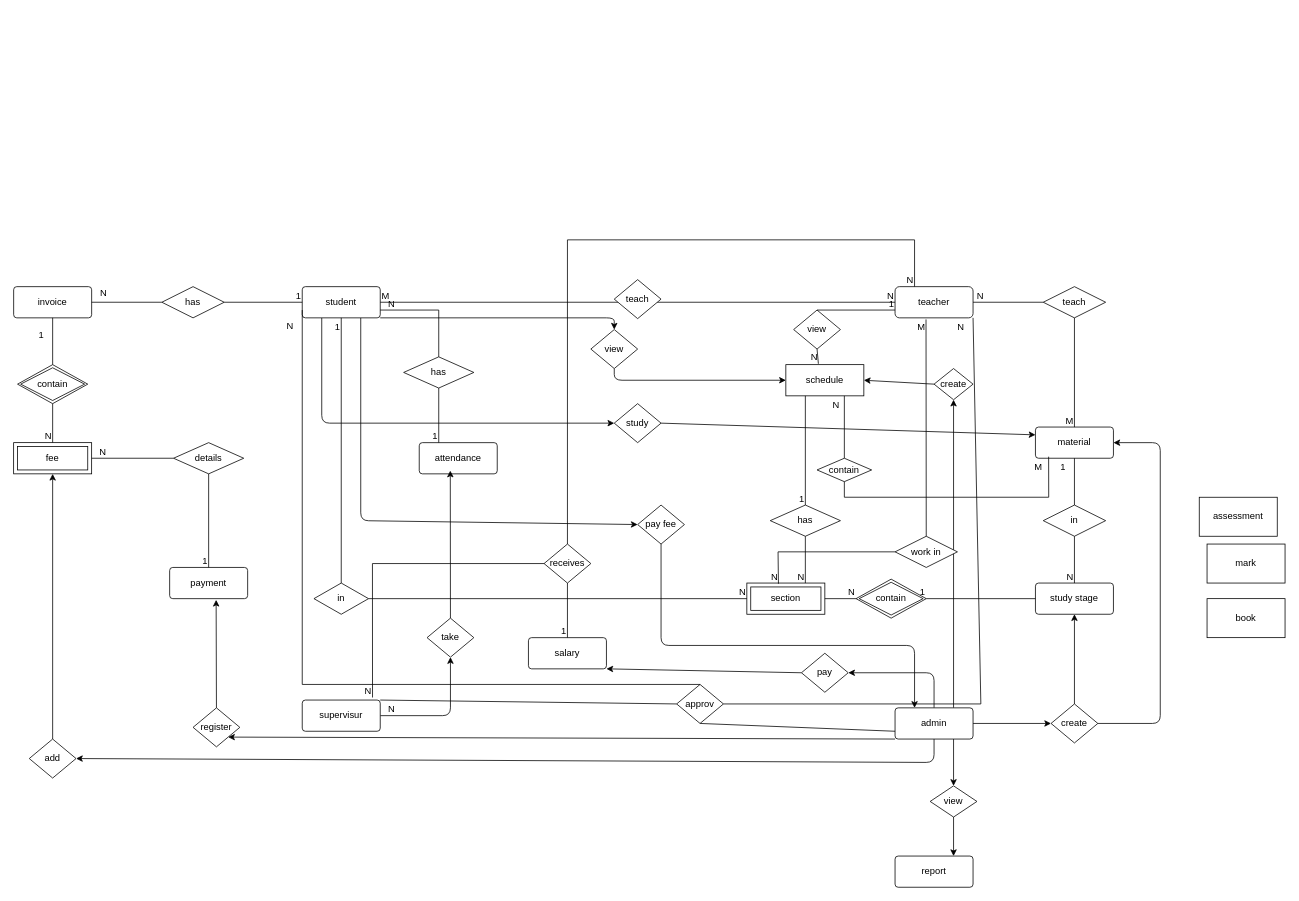
The draw.io diagram page "Page-4" (3 of 3) of School_m_s.drawio in Muaz-alshaher/draw, before the edit. Source tidied: cells renumbered, new cells numbered last; positions are measured from the earlier drawing's top-left corner, leaving out a move shared by most shapes. Both pictures are drawn from the tidied source at 78%, with x=0, y=0 at pixel (13, 239).
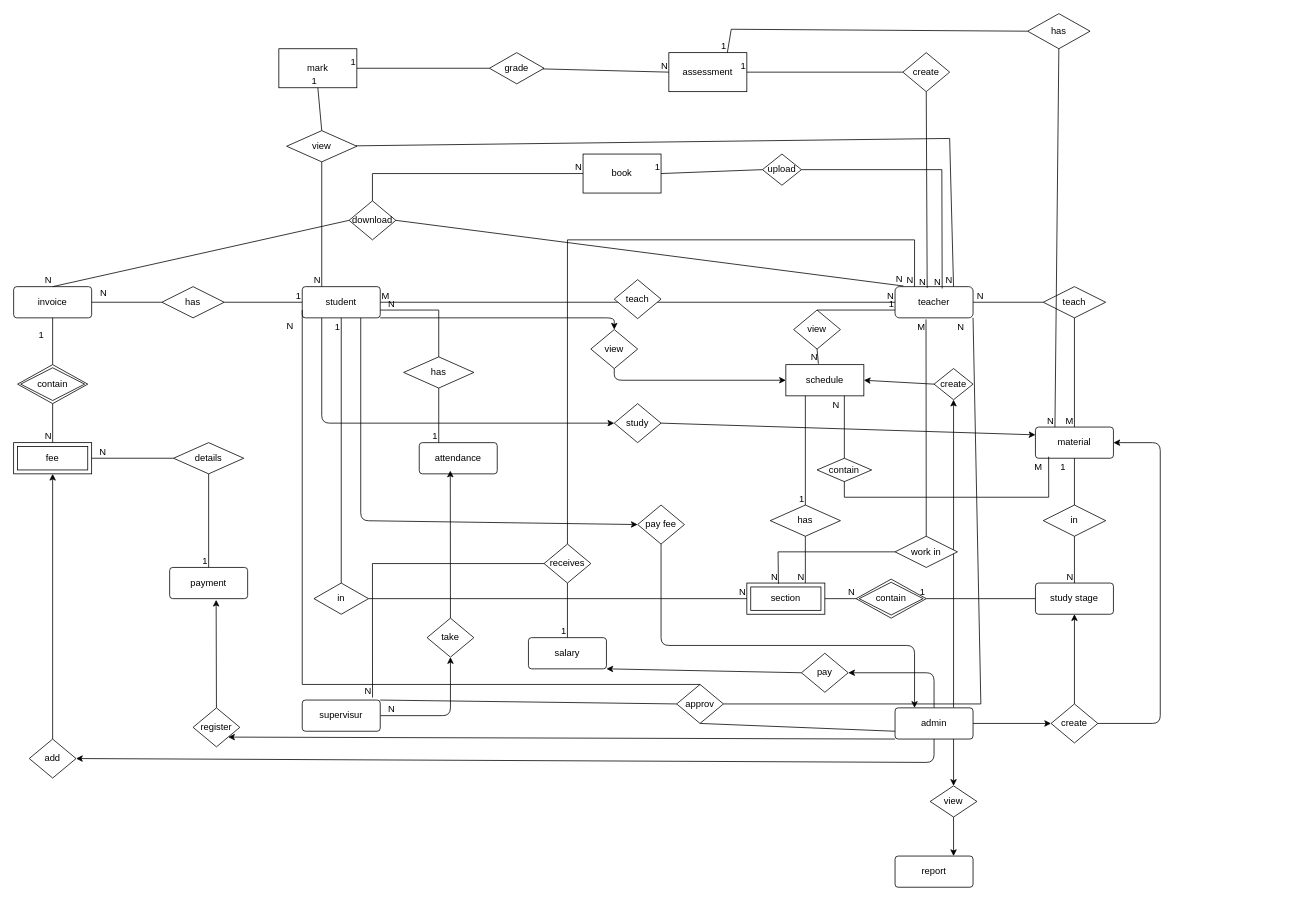
The same diagram, later.

Unchanged cells that the change refers to:
```xml
<mxCell id="9" value="student" style="rounded=1;arcSize=10;whiteSpace=wrap;html=1;align=center;" parent="1" vertex="1">
  <mxGeometry x="370" y="60" width="100" height="40" as="geometry" />
</mxCell>
<mxCell id="10" value="teacher" style="rounded=1;arcSize=14;whiteSpace=wrap;html=1;align=center;" parent="1" vertex="1">
  <mxGeometry x="1130" y="60" width="100" height="40" as="geometry" />
</mxCell>
<mxCell id="62" value="invoice" style="rounded=1;arcSize=10;whiteSpace=wrap;html=1;align=center;" parent="1" vertex="1">
  <mxGeometry y="60" width="100" height="40" as="geometry" />
</mxCell>
<mxCell id="94" value="material" style="rounded=1;arcSize=10;whiteSpace=wrap;html=1;align=center;" parent="1" vertex="1">
  <mxGeometry x="1310" y="240" width="100" height="40" as="geometry" />
</mxCell>
```

The edit, as a diff of the source:
```diff
@@
     <mxCell id="3" value="assessment" style="html=1;dashed=0;whiteSpace=wrap;" parent="1" vertex="1">
-      <mxGeometry x="1520" y="330" width="100" height="50" as="geometry" />
+      <mxGeometry x="840" y="-240" width="100" height="50" as="geometry" />
     </mxCell>
     <mxCell id="4" value="mark" style="html=1;dashed=0;whiteSpace=wrap;" parent="1" vertex="1">
-      <mxGeometry x="1530" y="390" width="100" height="50" as="geometry" />
+      <mxGeometry x="340" y="-245" width="100" height="50" as="geometry" />
     </mxCell>
     <mxCell id="5" value="book" style="html=1;dashed=0;whiteSpace=wrap;" parent="1" vertex="1">
-      <mxGeometry x="1530" y="460" width="100" height="50" as="geometry" />
+      <mxGeometry x="730" y="-110" width="100" height="50" as="geometry" />
     </mxCell>
@@
+    <mxCell id="129" value="upload" style="shape=rhombus;html=1;dashed=0;whiteSpace=wrap;perimeter=rhombusPerimeter;" parent="1" vertex="1">
+      <mxGeometry x="960" y="-110" width="50" height="40" as="geometry" />
+    </mxCell>
+    <mxCell id="130" style="endArrow=none;html=1;rounded=0;entryX=0.604;entryY=0.06;entryDx=0;entryDy=0;entryPerimeter=0;exitX=1;exitY=0.5;exitDx=0;exitDy=0;" parent="1" edge="1" source="129" target="10">
+      <mxGeometry relative="1" as="geometry">
+        <Array as="points">
+          <mxPoint x="1190" y="-90" />
+        </Array>
+      </mxGeometry>
+    </mxCell>
+    <mxCell id="131" value="N" style="html=1;whiteSpace=wrap;align=right;verticalAlign=bottom;" parent="130" vertex="1">
+      <mxGeometry x="1" relative="1" as="geometry" />
+    </mxCell>
+    <mxCell id="132" style="endArrow=none;html=1;rounded=0;exitX=0;exitY=0.5;exitDx=0;exitDy=0;entryX=1;entryY=0.5;entryDx=0;entryDy=0;" parent="1" edge="1" source="129" target="5">
+      <mxGeometry relative="1" as="geometry" />
+    </mxCell>
+    <mxCell id="133" value="1" style="html=1;whiteSpace=wrap;align=right;verticalAlign=bottom;" parent="132" vertex="1">
+      <mxGeometry x="1" relative="1" as="geometry" />
+    </mxCell>
+    <mxCell id="134" value="download" style="shape=rhombus;html=1;dashed=0;whiteSpace=wrap;perimeter=rhombusPerimeter;" parent="1" vertex="1">
+      <mxGeometry x="430" y="-50" width="60" height="50" as="geometry" />
+    </mxCell>
+    <mxCell id="135" style="endArrow=none;html=1;rounded=0;exitX=0.5;exitY=0;exitDx=0;exitDy=0;entryX=0;entryY=0.5;entryDx=0;entryDy=0;" parent="1" edge="1" source="134" target="5">
+      <mxGeometry relative="1" as="geometry">
+        <Array as="points">
+          <mxPoint x="460" y="-85" />
+        </Array>
+      </mxGeometry>
+    </mxCell>
+    <mxCell id="136" value="N" style="html=1;whiteSpace=wrap;align=right;verticalAlign=bottom;" parent="135" vertex="1">
+      <mxGeometry x="1" relative="1" as="geometry" />
+    </mxCell>
+    <mxCell id="137" style="endArrow=none;html=1;rounded=0;exitX=0;exitY=0.5;exitDx=0;exitDy=0;entryX=0.5;entryY=0;entryDx=0;entryDy=0;" parent="1" edge="1" source="134" target="62">
+      <mxGeometry relative="1" as="geometry" />
+    </mxCell>
+    <mxCell id="138" value="N" style="html=1;whiteSpace=wrap;align=right;verticalAlign=bottom;" parent="137" vertex="1">
+      <mxGeometry x="1" relative="1" as="geometry" />
+    </mxCell>
+    <mxCell id="139" style="endArrow=none;html=1;rounded=0;exitX=1;exitY=0.5;exitDx=0;exitDy=0;entryX=0.108;entryY=-0.02;entryDx=0;entryDy=0;entryPerimeter=0;" parent="1" edge="1" source="134" target="10">
+      <mxGeometry relative="1" as="geometry" />
+    </mxCell>
+    <mxCell id="140" value="N" style="html=1;whiteSpace=wrap;align=right;verticalAlign=bottom;" parent="139" vertex="1">
+      <mxGeometry x="1" relative="1" as="geometry" />
+    </mxCell>
+    <mxCell id="141" value="create" style="shape=rhombus;html=1;dashed=0;whiteSpace=wrap;perimeter=rhombusPerimeter;" parent="1" vertex="1">
+      <mxGeometry x="1140" y="-240" width="60" height="50" as="geometry" />
+    </mxCell>
+    <mxCell id="142" style="endArrow=none;html=1;rounded=0;entryX=0.412;entryY=0.04;entryDx=0;entryDy=0;entryPerimeter=0;exitX=0.5;exitY=1;exitDx=0;exitDy=0;" parent="1" edge="1" source="141" target="10">
+      <mxGeometry relative="1" as="geometry" />
+    </mxCell>
+    <mxCell id="143" value="N" style="html=1;whiteSpace=wrap;align=right;verticalAlign=bottom;" parent="142" vertex="1">
+      <mxGeometry x="1" relative="1" as="geometry" />
+    </mxCell>
+    <mxCell id="144" style="endArrow=none;html=1;rounded=0;exitX=0;exitY=0.5;exitDx=0;exitDy=0;entryX=1;entryY=0.5;entryDx=0;entryDy=0;" parent="1" edge="1" source="141" target="3">
+      <mxGeometry relative="1" as="geometry" />
+    </mxCell>
+    <mxCell id="145" value="1" style="html=1;whiteSpace=wrap;align=right;verticalAlign=bottom;" parent="144" vertex="1">
+      <mxGeometry x="1" relative="1" as="geometry" />
+    </mxCell>
+    <mxCell id="146" value="has" style="shape=rhombus;perimeter=rhombusPerimeter;whiteSpace=wrap;html=1;align=center;" parent="1" vertex="1">
+      <mxGeometry x="1300" y="-290" width="80" height="45" as="geometry" />
+    </mxCell>
+    <mxCell id="147" style="endArrow=none;html=1;rounded=0;entryX=0.25;entryY=0;entryDx=0;entryDy=0;exitX=0.5;exitY=1;exitDx=0;exitDy=0;" parent="1" edge="1" source="146" target="94">
+      <mxGeometry relative="1" as="geometry" />
+    </mxCell>
+    <mxCell id="148" value="N" style="html=1;whiteSpace=wrap;align=right;verticalAlign=bottom;" parent="147" vertex="1">
+      <mxGeometry x="1" relative="1" as="geometry" />
+    </mxCell>
+    <mxCell id="149" style="endArrow=none;html=1;rounded=0;exitX=0;exitY=0.5;exitDx=0;exitDy=0;entryX=0.75;entryY=0;entryDx=0;entryDy=0;" parent="1" edge="1" source="146" target="3">
+      <mxGeometry relative="1" as="geometry">
+        <Array as="points">
+          <mxPoint x="920" y="-270" />
+        </Array>
+      </mxGeometry>
+    </mxCell>
+    <mxCell id="150" value="1" style="html=1;whiteSpace=wrap;align=right;verticalAlign=bottom;" parent="149" vertex="1">
+      <mxGeometry x="1" relative="1" as="geometry" />
+    </mxCell>
+    <mxCell id="151" value="grade" style="shape=rhombus;perimeter=rhombusPerimeter;whiteSpace=wrap;html=1;align=center;" parent="1" vertex="1">
+      <mxGeometry x="610" y="-240" width="70" height="40" as="geometry" />
+    </mxCell>
+    <mxCell id="152" style="endArrow=none;html=1;rounded=0;entryX=0;entryY=0.5;entryDx=0;entryDy=0;" parent="1" edge="1" source="151" target="3">
+      <mxGeometry relative="1" as="geometry" />
+    </mxCell>
+    <mxCell id="153" value="N" style="html=1;whiteSpace=wrap;align=right;verticalAlign=bottom;" parent="152" vertex="1">
+      <mxGeometry x="1" relative="1" as="geometry" />
+    </mxCell>
+    <mxCell id="154" style="endArrow=none;html=1;rounded=0;exitX=0;exitY=0.5;exitDx=0;exitDy=0;entryX=1;entryY=0.5;entryDx=0;entryDy=0;" parent="1" edge="1" source="151" target="4">
+      <mxGeometry relative="1" as="geometry" />
+    </mxCell>
+    <mxCell id="155" value="1" style="html=1;whiteSpace=wrap;align=right;verticalAlign=bottom;" parent="154" vertex="1">
+      <mxGeometry x="1" relative="1" as="geometry" />
+    </mxCell>
+    <mxCell id="156" value="view" style="shape=rhombus;perimeter=rhombusPerimeter;whiteSpace=wrap;html=1;align=center;" parent="1" vertex="1">
+      <mxGeometry x="350" y="-140" width="90" height="40" as="geometry" />
+    </mxCell>
+    <mxCell id="157" style="endArrow=none;html=1;rounded=0;exitX=0.5;exitY=0;exitDx=0;exitDy=0;entryX=0.5;entryY=1;entryDx=0;entryDy=0;" parent="1" edge="1" source="156" target="4">
+      <mxGeometry relative="1" as="geometry" />
+    </mxCell>
+    <mxCell id="158" value="1" style="html=1;whiteSpace=wrap;align=right;verticalAlign=bottom;" parent="157" vertex="1">
+      <mxGeometry x="1" relative="1" as="geometry" />
+    </mxCell>
+    <mxCell id="159" style="endArrow=none;html=1;rounded=0;exitX=0.5;exitY=1;exitDx=0;exitDy=0;entryX=0.25;entryY=0;entryDx=0;entryDy=0;" parent="1" edge="1" source="156" target="9">
+      <mxGeometry relative="1" as="geometry" />
+    </mxCell>
+    <mxCell id="160" value="N" style="html=1;whiteSpace=wrap;align=right;verticalAlign=bottom;" parent="159" vertex="1">
+      <mxGeometry x="1" relative="1" as="geometry" />
+    </mxCell>
+    <mxCell id="161" style="endArrow=none;html=1;rounded=0;entryX=0.75;entryY=0;entryDx=0;entryDy=0;" parent="1" edge="1" source="156" target="10">
+      <mxGeometry relative="1" as="geometry">
+        <Array as="points">
+          <mxPoint x="1200" y="-130" />
+        </Array>
+      </mxGeometry>
+    </mxCell>
+    <mxCell id="162" value="N" style="html=1;whiteSpace=wrap;align=right;verticalAlign=bottom;" parent="161" vertex="1">
+      <mxGeometry x="1" relative="1" as="geometry" />
+    </mxCell>
```
